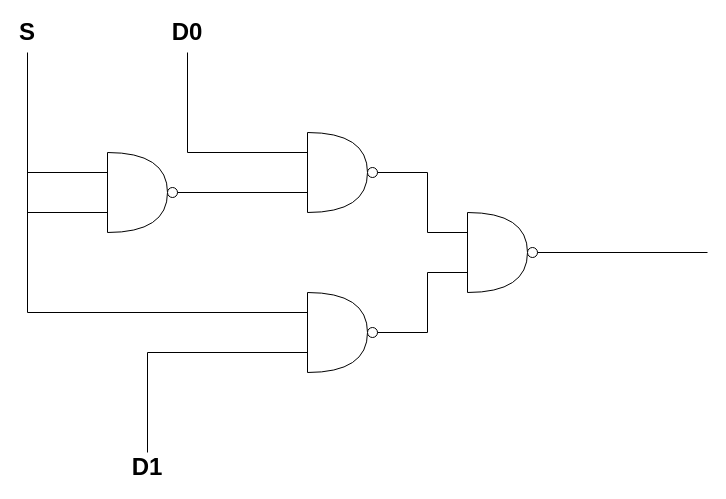
The draw.io diagram Untitled Diagram.drawio in monty6400/NumEx1, before the edit. Source tidied: cells renumbered, new cells numbered last; positions are measured from the earlier drawing's top-left corner, leaving out a move shared by most shapes. Both pictures are drawn from the tidied source at 100%, with x=0, y=0 at pixel (17, 17).
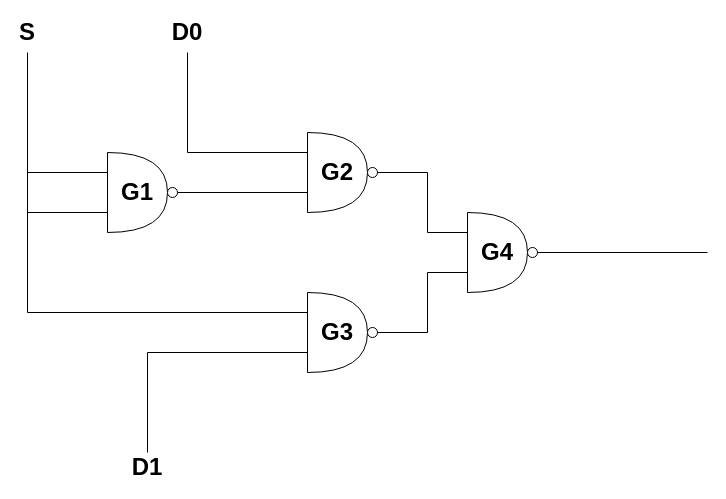
The same page after the edit.

Commit message:
Added gate names

What changed in the source:
```diff
@@
+    <mxCell id="29" value="&lt;span style=&quot;font-size: 24px;&quot;&gt;&lt;b&gt;G1&lt;/b&gt;&lt;/span&gt;" style="text;strokeColor=none;align=center;fillColor=none;html=1;verticalAlign=middle;whiteSpace=wrap;rounded=0;" parent="1" vertex="1">
+      <mxGeometry x="90" y="160" width="60" height="30" as="geometry" />
+    </mxCell>
+    <mxCell id="30" value="&lt;font style=&quot;font-size: 24px;&quot;&gt;&lt;b&gt;G2&lt;/b&gt;&lt;/font&gt;" style="text;strokeColor=none;align=center;fillColor=none;html=1;verticalAlign=middle;whiteSpace=wrap;rounded=0;" parent="1" vertex="1">
+      <mxGeometry x="290" y="140" width="60" height="30" as="geometry" />
+    </mxCell>
+    <mxCell id="31" value="&lt;font style=&quot;font-size: 24px;&quot;&gt;&lt;b&gt;G3&lt;/b&gt;&lt;/font&gt;" style="text;strokeColor=none;align=center;fillColor=none;html=1;verticalAlign=middle;whiteSpace=wrap;rounded=0;" parent="1" vertex="1">
+      <mxGeometry x="290" y="300" width="60" height="30" as="geometry" />
+    </mxCell>
+    <mxCell id="32" value="&lt;font style=&quot;font-size: 24px;&quot;&gt;&lt;b&gt;G4&lt;/b&gt;&lt;/font&gt;" style="text;strokeColor=none;align=center;fillColor=none;html=1;verticalAlign=middle;whiteSpace=wrap;rounded=0;" parent="1" vertex="1">
+      <mxGeometry x="450" y="220" width="60" height="30" as="geometry" />
+    </mxCell>
```
